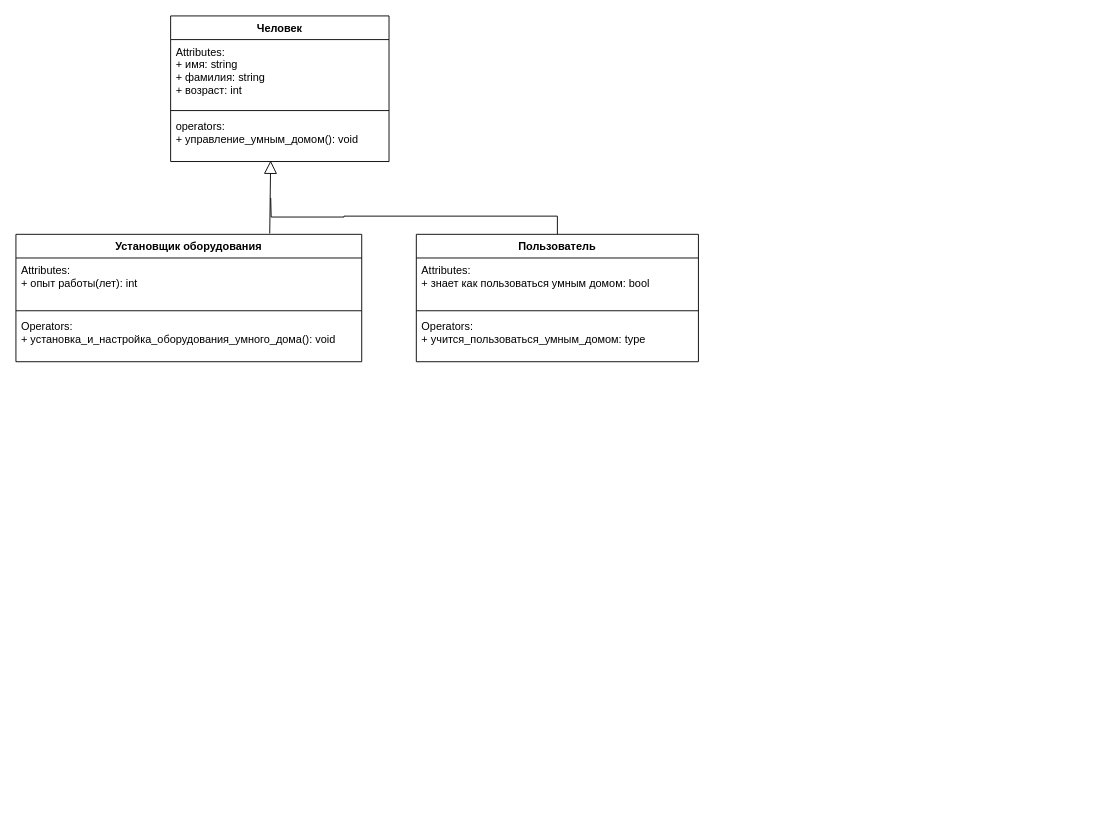
Above: Диаграмма "умный дом".drawio in EkaterinaZhirnova92/UML (draw.io), before the change. Source tidied: cells renumbered, new cells numbered last; positions are measured from the earlier drawing's top-left corner, leaving out a move shared by most shapes. Both pictures are drawn from the tidied source at 91%, with x=0, y=0 at pixel (15, 15).
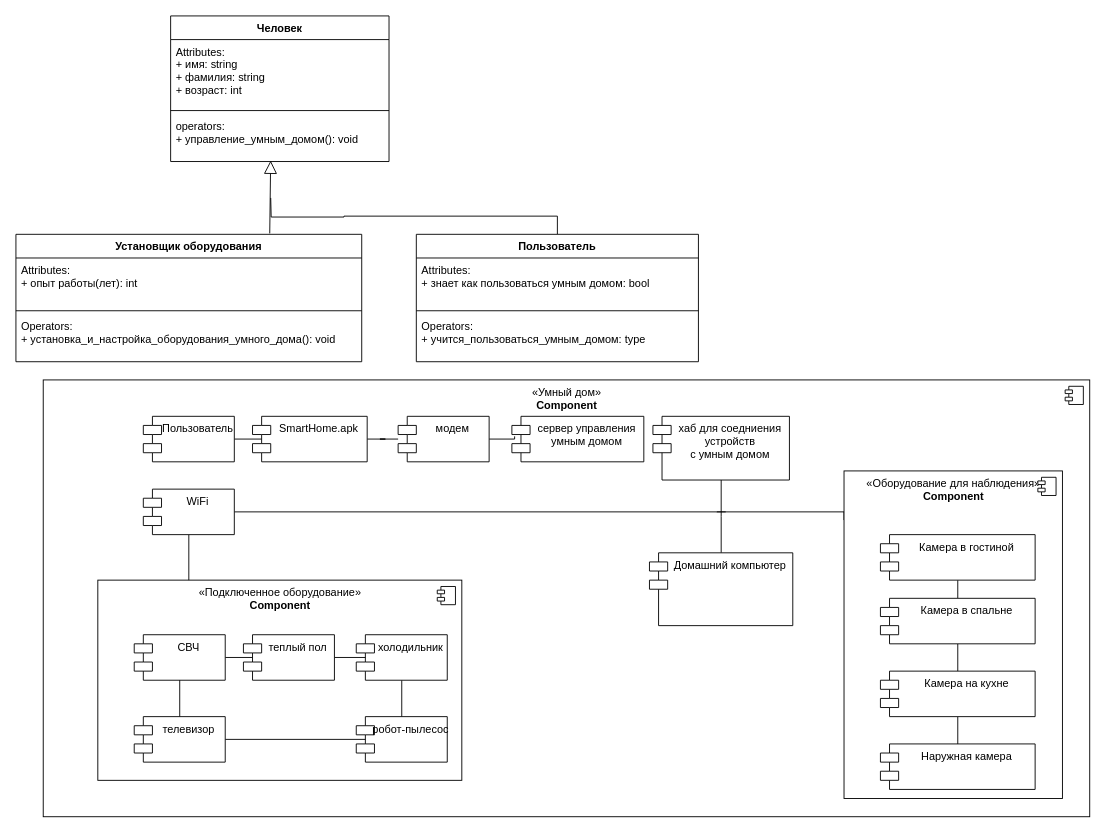
Above is the later version.

Change to the diagram source:
```diff
@@
+    <mxCell id="16" value="«Умный дом»&lt;br style=&quot;border-color: var(--border-color);&quot;&gt;&lt;b style=&quot;border-color: var(--border-color);&quot;&gt;Component&lt;/b&gt;" style="html=1;verticalAlign=top;" parent="1" vertex="1">
+      <mxGeometry x="30" y="400" width="1150" height="480" as="geometry" />
+    </mxCell>
+    <mxCell id="17" style="shape=module;jettyWidth=8;jettyHeight=4;" parent="16" vertex="1">
+      <mxGeometry x="1" width="20" height="20" relative="1" as="geometry">
+        <mxPoint x="-27" y="7" as="offset" />
+      </mxGeometry>
+    </mxCell>
+    <mxCell id="18" value="«Подключенное оборудование»&lt;br&gt;&lt;b&gt;Component&lt;/b&gt;" style="html=1;verticalAlign=top;" parent="1" vertex="1">
+      <mxGeometry x="90" y="620" width="400" height="220" as="geometry" />
+    </mxCell>
+    <mxCell id="19" style="shape=module;jettyWidth=8;jettyHeight=4;" parent="18" vertex="1">
+      <mxGeometry x="1" width="20" height="20" relative="1" as="geometry">
+        <mxPoint x="-27" y="7" as="offset" />
+      </mxGeometry>
+    </mxCell>
+    <mxCell id="20" style="edgeStyle=orthogonalEdgeStyle;rounded=0;jettySize=auto;html=1;exitX=1;exitY=0.5;exitDx=0;exitDy=0;entryX=0.18;entryY=0.54;entryDx=0;entryDy=0;entryPerimeter=0;endArrow=none;endFill=0;" parent="1" edge="1" source="21" target="23">
+      <mxGeometry relative="1" as="geometry" />
+    </mxCell>
+    <mxCell id="21" value="СВЧ" style="shape=module;align=left;spacingLeft=20;align=center;verticalAlign=top;" parent="1" vertex="1">
+      <mxGeometry x="130" y="680" width="100" height="50" as="geometry" />
+    </mxCell>
+    <mxCell id="22" style="edgeStyle=orthogonalEdgeStyle;rounded=0;jettySize=auto;html=1;exitX=1;exitY=0.5;exitDx=0;exitDy=0;entryX=0.15;entryY=0.58;entryDx=0;entryDy=0;entryPerimeter=0;endArrow=none;endFill=0;" parent="1" edge="1" source="23" target="25">
+      <mxGeometry relative="1" as="geometry" />
+    </mxCell>
+    <mxCell id="23" value="теплый пол" style="shape=module;align=left;spacingLeft=20;align=center;verticalAlign=top;" parent="1" vertex="1">
+      <mxGeometry x="250" y="680" width="100" height="50" as="geometry" />
+    </mxCell>
+    <mxCell id="24" style="edgeStyle=orthogonalEdgeStyle;rounded=0;jettySize=auto;html=1;exitX=0.5;exitY=1;exitDx=0;exitDy=0;endArrow=none;endFill=0;" parent="1" edge="1" source="25" target="29">
+      <mxGeometry relative="1" as="geometry" />
+    </mxCell>
+    <mxCell id="25" value="холодильник" style="shape=module;align=left;spacingLeft=20;align=center;verticalAlign=top;" parent="1" vertex="1">
+      <mxGeometry x="374" y="680" width="100" height="50" as="geometry" />
+    </mxCell>
+    <mxCell id="26" style="edgeStyle=orthogonalEdgeStyle;rounded=0;jettySize=auto;html=1;exitX=1;exitY=0.5;exitDx=0;exitDy=0;entryX=0.19;entryY=0.5;entryDx=0;entryDy=0;entryPerimeter=0;endArrow=none;endFill=0;" parent="1" edge="1" source="28" target="29">
+      <mxGeometry relative="1" as="geometry" />
+    </mxCell>
+    <mxCell id="27" style="edgeStyle=orthogonalEdgeStyle;rounded=0;jettySize=auto;html=1;exitX=0.5;exitY=0;exitDx=0;exitDy=0;entryX=0.5;entryY=1;entryDx=0;entryDy=0;endArrow=none;endFill=0;" parent="1" edge="1" source="28" target="21">
+      <mxGeometry relative="1" as="geometry" />
+    </mxCell>
+    <mxCell id="28" value="телевизор" style="shape=module;align=left;spacingLeft=20;align=center;verticalAlign=top;" parent="1" vertex="1">
+      <mxGeometry x="130" y="770" width="100" height="50" as="geometry" />
+    </mxCell>
+    <mxCell id="29" value="робот-пылесос" style="shape=module;align=left;spacingLeft=20;align=center;verticalAlign=top;" parent="1" vertex="1">
+      <mxGeometry x="374" y="770" width="100" height="50" as="geometry" />
+    </mxCell>
+    <mxCell id="30" style="edgeStyle=orthogonalEdgeStyle;rounded=0;jettySize=auto;html=1;exitX=0.5;exitY=1;exitDx=0;exitDy=0;entryX=0.25;entryY=0;entryDx=0;entryDy=0;endArrow=none;endFill=0;" parent="1" edge="1" source="32" target="18">
+      <mxGeometry relative="1" as="geometry" />
+    </mxCell>
+    <mxCell id="31" style="edgeStyle=orthogonalEdgeStyle;rounded=0;jettySize=auto;html=1;exitX=1;exitY=0.5;exitDx=0;exitDy=0;endArrow=none;endFill=0;" parent="1" edge="1" source="32">
+      <mxGeometry relative="1" as="geometry">
+        <mxPoint x="780" y="545" as="targetPoint" />
+        <Array as="points">
+          <mxPoint x="770" y="545" />
+        </Array>
+      </mxGeometry>
+    </mxCell>
+    <mxCell id="32" value="WiFi" style="shape=module;align=left;spacingLeft=20;align=center;verticalAlign=top;" parent="1" vertex="1">
+      <mxGeometry x="140" y="520" width="100" height="50" as="geometry" />
+    </mxCell>
+    <mxCell id="33" style="edgeStyle=orthogonalEdgeStyle;rounded=0;jettySize=auto;html=1;exitX=1;exitY=0.5;exitDx=0;exitDy=0;entryX=0.095;entryY=0.46;entryDx=0;entryDy=0;entryPerimeter=0;endArrow=none;endFill=0;" parent="1" edge="1" source="34" target="36">
+      <mxGeometry relative="1" as="geometry" />
+    </mxCell>
+    <mxCell id="34" value="Пользователь" style="shape=module;align=left;spacingLeft=20;align=center;verticalAlign=top;" parent="1" vertex="1">
+      <mxGeometry x="140" y="440" width="100" height="50" as="geometry" />
+    </mxCell>
+    <mxCell id="35" style="edgeStyle=orthogonalEdgeStyle;rounded=0;jettySize=auto;html=1;exitX=1;exitY=0.5;exitDx=0;exitDy=0;endArrow=none;endFill=0;" parent="1" edge="1" source="36" target="38">
+      <mxGeometry relative="1" as="geometry" />
+    </mxCell>
+    <mxCell id="36" value="SmartHome.apk" style="shape=module;align=left;spacingLeft=20;align=center;verticalAlign=top;" parent="1" vertex="1">
+      <mxGeometry x="260" y="440" width="126" height="50" as="geometry" />
+    </mxCell>
+    <mxCell id="37" style="edgeStyle=orthogonalEdgeStyle;rounded=0;jettySize=auto;html=1;exitX=1;exitY=0.5;exitDx=0;exitDy=0;entryX=0.021;entryY=0.44;entryDx=0;entryDy=0;entryPerimeter=0;endArrow=none;endFill=0;" parent="1" edge="1" source="38" target="39">
+      <mxGeometry relative="1" as="geometry" />
+    </mxCell>
+    <mxCell id="38" value="модем" style="shape=module;align=left;spacingLeft=20;align=center;verticalAlign=top;" parent="1" vertex="1">
+      <mxGeometry x="420" y="440" width="100" height="50" as="geometry" />
+    </mxCell>
+    <mxCell id="39" value="сервер управления&#10;умным домом" style="shape=module;align=left;spacingLeft=20;align=center;verticalAlign=top;" parent="1" vertex="1">
+      <mxGeometry x="545" y="440" width="145" height="50" as="geometry" />
+    </mxCell>
+    <mxCell id="40" style="edgeStyle=orthogonalEdgeStyle;rounded=0;jettySize=auto;html=1;exitX=0.5;exitY=1;exitDx=0;exitDy=0;endArrow=none;endFill=0;" parent="1" edge="1" source="41" target="42">
+      <mxGeometry relative="1" as="geometry" />
+    </mxCell>
+    <mxCell id="41" value="хаб для соедниения&#10;устройств&#10;с умным домом" style="shape=module;align=left;spacingLeft=20;align=center;verticalAlign=top;" parent="1" vertex="1">
+      <mxGeometry x="700" y="440" width="150" height="70" as="geometry" />
+    </mxCell>
+    <mxCell id="42" value="Домашний компьютер" style="shape=module;align=left;spacingLeft=20;align=center;verticalAlign=top;" parent="1" vertex="1">
+      <mxGeometry x="696.2" y="590" width="157.5" height="80" as="geometry" />
+    </mxCell>
+    <mxCell id="43" style="edgeStyle=orthogonalEdgeStyle;rounded=0;jettySize=auto;html=1;exitX=0;exitY=0.15;exitDx=0;exitDy=0;endArrow=none;endFill=0;exitPerimeter=0;" parent="1" edge="1" source="44">
+      <mxGeometry relative="1" as="geometry">
+        <mxPoint x="770" y="545" as="targetPoint" />
+        <Array as="points">
+          <mxPoint x="910" y="545" />
+        </Array>
+      </mxGeometry>
+    </mxCell>
+    <mxCell id="44" value="«Оборудование для наблюдения»&lt;br&gt;&lt;b&gt;Component&lt;/b&gt;" style="html=1;verticalAlign=top;" parent="1" vertex="1">
+      <mxGeometry x="910" y="500" width="240" height="360" as="geometry" />
+    </mxCell>
+    <mxCell id="45" style="shape=module;jettyWidth=8;jettyHeight=4;" parent="44" vertex="1">
+      <mxGeometry x="1" width="20" height="20" relative="1" as="geometry">
+        <mxPoint x="-27" y="7" as="offset" />
+      </mxGeometry>
+    </mxCell>
+    <mxCell id="46" style="edgeStyle=orthogonalEdgeStyle;rounded=0;jettySize=auto;html=1;exitX=0.5;exitY=1;exitDx=0;exitDy=0;entryX=0.5;entryY=0;entryDx=0;entryDy=0;endArrow=none;endFill=0;" parent="1" edge="1" source="47" target="49">
+      <mxGeometry relative="1" as="geometry" />
+    </mxCell>
+    <mxCell id="47" value="Камера в гостиной" style="shape=module;align=left;spacingLeft=20;align=center;verticalAlign=top;" parent="1" vertex="1">
+      <mxGeometry x="950" y="570" width="170" height="50" as="geometry" />
+    </mxCell>
+    <mxCell id="48" style="edgeStyle=orthogonalEdgeStyle;rounded=0;jettySize=auto;html=1;exitX=0.5;exitY=1;exitDx=0;exitDy=0;entryX=0.5;entryY=0;entryDx=0;entryDy=0;endArrow=none;endFill=0;" parent="1" edge="1" source="49" target="51">
+      <mxGeometry relative="1" as="geometry" />
+    </mxCell>
+    <mxCell id="49" value="Камера в спальне" style="shape=module;align=left;spacingLeft=20;align=center;verticalAlign=top;" parent="1" vertex="1">
+      <mxGeometry x="950" y="640" width="170" height="50" as="geometry" />
+    </mxCell>
+    <mxCell id="50" style="edgeStyle=orthogonalEdgeStyle;rounded=0;jettySize=auto;html=1;exitX=0.5;exitY=1;exitDx=0;exitDy=0;entryX=0.5;entryY=0;entryDx=0;entryDy=0;endArrow=none;endFill=0;" parent="1" edge="1" source="51" target="52">
+      <mxGeometry relative="1" as="geometry" />
+    </mxCell>
+    <mxCell id="51" value="Камера на кухне" style="shape=module;align=left;spacingLeft=20;align=center;verticalAlign=top;" parent="1" vertex="1">
+      <mxGeometry x="950" y="720" width="170" height="50" as="geometry" />
+    </mxCell>
+    <mxCell id="52" value="Наружная камера" style="shape=module;align=left;spacingLeft=20;align=center;verticalAlign=top;" parent="1" vertex="1">
+      <mxGeometry x="950" y="800" width="170" height="50" as="geometry" />
+    </mxCell>
```
